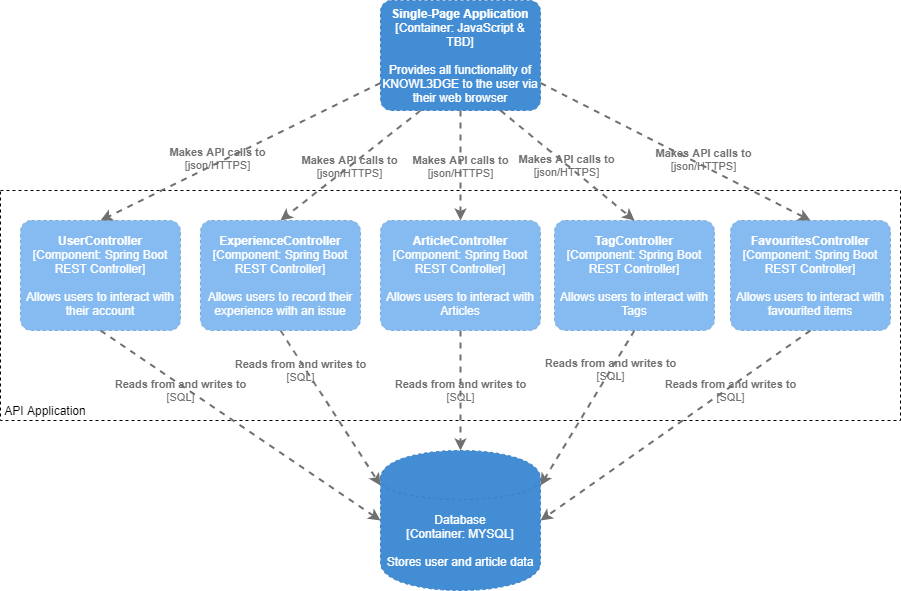
Above: documentation/media/knowl3dge-components.png in MPFGlaser/knowl3dge (draw.io), before the change. Source tidied: cells renumbered, new cells last; positions are measured from the earlier drawing's top-left corner, leaving out a move shared by most shapes. Its diagram source:
```xml
<mxGraphModel>
  <root>
    <mxCell id="0" />
    <mxCell id="1" parent="0" />
    <object id="2" label="&lt;b&gt;%c4Name%&lt;/b&gt;&lt;div&gt;[%c4Type%: %c4Technology%]&lt;/div&gt;&lt;br&gt;&lt;div&gt;%c4Description%&lt;/div&gt;" c4Description="Provides all functionality of KNOWL3DGE to the user via their web browser" c4Name="Single-Page Application" c4Technology="JavaScript &amp; TBD" c4Type="Container" placeholders="1">
      <mxCell style="rounded=1;whiteSpace=wrap;html=1;labelBackgroundColor=none;fillColor=#438DD5;fontColor=#ffffff;align=center;arcSize=10;strokeColor=#3C7FC0;metaData={&quot;c4Type&quot;:{&quot;editable&quot;:false}};points=[[0.25,0,0],[0.5,0,0],[0.75,0,0],[1,0.25,0],[1,0.5,0],[1,0.75,0],[0.75,1,0],[0.5,1,0],[0.25,1,0],[0,0.75,0],[0,0.5,0],[0,0.25,0]];shadow=0;glass=0;dashed=1;sketch=0;" parent="1" vertex="1">
        <mxGeometry x="380" width="160" height="110" as="geometry" />
      </mxCell>
    </object>
    <mxCell id="3" style="rounded=0;whiteSpace=wrap;html=1;fillColor=none;dashed=1;" parent="1" vertex="1">
      <mxGeometry y="190" width="900" height="230" as="geometry" />
    </mxCell>
    <object id="4" label="&lt;b&gt;%c4Name%&lt;/b&gt;&lt;div&gt;[%c4Type%: %c4Technology%]&lt;/div&gt;&lt;br&gt;&lt;div&gt;%c4Description%&lt;/div&gt;" c4Description="Allows users to interact with Articles" c4Name="ArticleController" c4Technology="Spring Boot REST Controller" c4Type="Component" placeholders="1">
      <mxCell style="rounded=1;whiteSpace=wrap;html=1;labelBackgroundColor=none;fillColor=#85BBF0;fontColor=#ffffff;align=center;arcSize=10;strokeColor=#78A8D8;metaData={&quot;c4Type&quot;:{&quot;editable&quot;:false}};points=[[0.25,0,0],[0.5,0,0],[0.75,0,0],[1,0.25,0],[1,0.5,0],[1,0.75,0],[0.75,1,0],[0.5,1,0],[0.25,1,0],[0,0.75,0],[0,0.5,0],[0,0.25,0]];dashed=1;" parent="1" vertex="1">
        <mxGeometry x="380" y="220" width="160" height="110" as="geometry" />
      </mxCell>
    </object>
    <object id="5" label="%c4Type%&lt;div&gt;[Container:&amp;nbsp;%c4Technology%]&lt;/div&gt;&lt;br&gt;&lt;div&gt;%c4Description%&lt;/div&gt;" c4Description="Stores user and article data" c4Technology="MYSQL" c4Type="Database" placeholders="1">
      <mxCell style="shape=cylinder;whiteSpace=wrap;html=1;boundedLbl=1;rounded=0;labelBackgroundColor=none;fillColor=#438DD5;fontSize=12;fontColor=#ffffff;align=center;strokeColor=#3C7FC0;points=[[0.5,0,0],[1,0.25,0],[1,0.5,0],[1,0.75,0],[0.5,1,0],[0,0.75,0],[0,0.5,0],[0,0.25,0]];metaData={&quot;c4Type&quot;:{&quot;editable&quot;:false}};shadow=0;glass=0;dashed=1;sketch=0;" parent="1" vertex="1">
        <mxGeometry x="380" y="450" width="160" height="140" as="geometry" />
      </mxCell>
    </object>
    <object id="6" label="&lt;div style=&quot;text-align: left&quot;&gt;&lt;div style=&quot;text-align: center&quot;&gt;&lt;b&gt;%c4Description%&lt;/b&gt;&lt;/div&gt;&lt;div style=&quot;text-align: center&quot;&gt;[%c4Technology%]&lt;/div&gt;&lt;/div&gt;" c4Description="Reads from and writes to" c4Technology="SQL" c4Type="Relationship" placeholders="1">
      <mxCell style="edgeStyle=none;rounded=0;html=1;entryX=0.5;entryY=0;jettySize=auto;strokeColor=#707070;strokeWidth=2;fontColor=#707070;jumpStyle=none;dashed=1;metaData={&quot;c4Type&quot;:{&quot;editable&quot;:false}};entryDx=0;entryDy=0;entryPerimeter=0;exitX=0.5;exitY=1;exitDx=0;exitDy=0;exitPerimeter=0;labelBackgroundColor=none;" parent="1" edge="1" source="4" target="5">
        <mxGeometry relative="1" as="geometry" />
      </mxCell>
    </object>
    <mxCell id="7" value="API Application" style="text;html=1;strokeColor=none;fillColor=none;align=center;verticalAlign=middle;whiteSpace=wrap;rounded=0;dashed=1;" parent="1" vertex="1">
      <mxGeometry y="400" width="90" height="20" as="geometry" />
    </mxCell>
    <object id="8" label="&lt;div style=&quot;text-align: left&quot;&gt;&lt;div style=&quot;text-align: center&quot;&gt;&lt;b&gt;%c4Description%&lt;/b&gt;&lt;/div&gt;&lt;div style=&quot;text-align: center&quot;&gt;[%c4Technology%]&lt;/div&gt;&lt;/div&gt;" c4Description="Makes API calls to" c4Technology="json/HTTPS" c4Type="Relationship" placeholders="1">
      <mxCell style="edgeStyle=none;rounded=0;html=1;entryX=0.5;entryY=0;jettySize=auto;strokeColor=#707070;strokeWidth=2;fontColor=#707070;jumpStyle=none;dashed=1;metaData={&quot;c4Type&quot;:{&quot;editable&quot;:false}};exitX=0.5;exitY=1;exitDx=0;exitDy=0;exitPerimeter=0;entryDx=0;entryDy=0;entryPerimeter=0;labelBackgroundColor=none;" parent="1" edge="1" source="2" target="4">
        <mxGeometry relative="1" as="geometry" />
      </mxCell>
    </object>
    <object id="9" label="&lt;b&gt;%c4Name%&lt;/b&gt;&lt;div&gt;[%c4Type%: %c4Technology%]&lt;/div&gt;&lt;br&gt;&lt;div&gt;%c4Description%&lt;/div&gt;" c4Description="Allows users to interact with Tags" c4Name="TagController" c4Technology="Spring Boot REST Controller" c4Type="Component" placeholders="1">
      <mxCell style="rounded=1;whiteSpace=wrap;html=1;labelBackgroundColor=none;fillColor=#85BBF0;fontColor=#ffffff;align=center;arcSize=10;strokeColor=#78A8D8;metaData={&quot;c4Type&quot;:{&quot;editable&quot;:false}};points=[[0.25,0,0],[0.5,0,0],[0.75,0,0],[1,0.25,0],[1,0.5,0],[1,0.75,0],[0.75,1,0],[0.5,1,0],[0.25,1,0],[0,0.75,0],[0,0.5,0],[0,0.25,0]];dashed=1;" parent="1" vertex="1">
        <mxGeometry x="554" y="220" width="160" height="110" as="geometry" />
      </mxCell>
    </object>
    <object id="10" label="&lt;b&gt;%c4Name%&lt;/b&gt;&lt;div&gt;[%c4Type%: %c4Technology%]&lt;/div&gt;&lt;br&gt;&lt;div&gt;%c4Description%&lt;/div&gt;" c4Description="Allows users to interact with their account" c4Name="UserController" c4Technology="Spring Boot REST Controller" c4Type="Component" placeholders="1">
      <mxCell style="rounded=1;whiteSpace=wrap;html=1;labelBackgroundColor=none;fillColor=#85BBF0;fontColor=#ffffff;align=center;arcSize=10;strokeColor=#78A8D8;metaData={&quot;c4Type&quot;:{&quot;editable&quot;:false}};points=[[0.25,0,0],[0.5,0,0],[0.75,0,0],[1,0.25,0],[1,0.5,0],[1,0.75,0],[0.75,1,0],[0.5,1,0],[0.25,1,0],[0,0.75,0],[0,0.5,0],[0,0.25,0]];dashed=1;" parent="1" vertex="1">
        <mxGeometry x="20" y="220" width="160" height="110" as="geometry" />
      </mxCell>
    </object>
    <object id="11" label="&lt;b&gt;%c4Name%&lt;/b&gt;&lt;div&gt;[%c4Type%: %c4Technology%]&lt;/div&gt;&lt;br&gt;&lt;div&gt;%c4Description%&lt;/div&gt;" c4Description="Allows users to interact with favourited items" c4Name="FavouritesController" c4Technology="Spring Boot REST Controller" c4Type="Component" placeholders="1">
      <mxCell style="rounded=1;whiteSpace=wrap;html=1;labelBackgroundColor=none;fillColor=#85BBF0;fontColor=#ffffff;align=center;arcSize=10;strokeColor=#78A8D8;metaData={&quot;c4Type&quot;:{&quot;editable&quot;:false}};points=[[0.25,0,0],[0.5,0,0],[0.75,0,0],[1,0.25,0],[1,0.5,0],[1,0.75,0],[0.75,1,0],[0.5,1,0],[0.25,1,0],[0,0.75,0],[0,0.5,0],[0,0.25,0]];dashed=1;" parent="1" vertex="1">
        <mxGeometry x="730" y="220" width="160" height="110" as="geometry" />
      </mxCell>
    </object>
    <object id="12" label="&lt;b&gt;%c4Name%&lt;/b&gt;&lt;div&gt;[%c4Type%: %c4Technology%]&lt;/div&gt;&lt;br&gt;&lt;div&gt;%c4Description%&lt;/div&gt;" c4Description="Allows users to record their experience with an issue" c4Name="ExperienceController" c4Technology="Spring Boot REST Controller" c4Type="Component" placeholders="1">
      <mxCell style="rounded=1;whiteSpace=wrap;html=1;labelBackgroundColor=none;fillColor=#85BBF0;fontColor=#ffffff;align=center;arcSize=10;strokeColor=#78A8D8;metaData={&quot;c4Type&quot;:{&quot;editable&quot;:false}};points=[[0.25,0,0],[0.5,0,0],[0.75,0,0],[1,0.25,0],[1,0.5,0],[1,0.75,0],[0.75,1,0],[0.5,1,0],[0.25,1,0],[0,0.75,0],[0,0.5,0],[0,0.25,0]];dashed=1;" parent="1" vertex="1">
        <mxGeometry x="200" y="220" width="160" height="110" as="geometry" />
      </mxCell>
    </object>
    <object id="13" label="&lt;div style=&quot;text-align: left&quot;&gt;&lt;div style=&quot;text-align: center&quot;&gt;&lt;b&gt;%c4Description%&lt;/b&gt;&lt;/div&gt;&lt;div style=&quot;text-align: center&quot;&gt;[%c4Technology%]&lt;/div&gt;&lt;/div&gt;" c4Description="Makes API calls to" c4Technology="json/HTTPS" c4Type="Relationship" placeholders="1">
      <mxCell style="edgeStyle=none;rounded=0;html=1;entryX=0.5;entryY=0;jettySize=auto;strokeColor=#707070;strokeWidth=2;fontColor=#707070;jumpStyle=none;dashed=1;metaData={&quot;c4Type&quot;:{&quot;editable&quot;:false}};exitX=0.25;exitY=1;exitDx=0;exitDy=0;exitPerimeter=0;entryDx=0;entryDy=0;entryPerimeter=0;labelBackgroundColor=none;" parent="1" edge="1" source="2" target="12">
        <mxGeometry relative="1" as="geometry" />
      </mxCell>
    </object>
    <object id="14" label="&lt;div style=&quot;text-align: left&quot;&gt;&lt;div style=&quot;text-align: center&quot;&gt;&lt;b&gt;%c4Description%&lt;/b&gt;&lt;/div&gt;&lt;div style=&quot;text-align: center&quot;&gt;[%c4Technology%]&lt;/div&gt;&lt;/div&gt;" c4Description="Makes API calls to" c4Technology="json/HTTPS" c4Type="Relationship" placeholders="1">
      <mxCell style="edgeStyle=none;rounded=0;html=1;entryX=0.5;entryY=0;jettySize=auto;strokeColor=#707070;strokeWidth=2;fontColor=#707070;jumpStyle=none;dashed=1;metaData={&quot;c4Type&quot;:{&quot;editable&quot;:false}};exitX=0;exitY=0.75;exitDx=0;exitDy=0;exitPerimeter=0;entryDx=0;entryDy=0;entryPerimeter=0;labelBackgroundColor=none;" parent="1" edge="1" source="2" target="10">
        <mxGeometry x="0.16" y="-4" relative="1" as="geometry" />
      </mxCell>
    </object>
    <object id="15" label="&lt;div style=&quot;text-align: left&quot;&gt;&lt;div style=&quot;text-align: center&quot;&gt;&lt;b&gt;%c4Description%&lt;/b&gt;&lt;/div&gt;&lt;div style=&quot;text-align: center&quot;&gt;[%c4Technology%]&lt;/div&gt;&lt;/div&gt;" c4Description="Makes API calls to" c4Technology="json/HTTPS" c4Type="Relationship" placeholders="1">
      <mxCell style="edgeStyle=none;rounded=0;html=1;entryX=0.5;entryY=0;jettySize=auto;strokeColor=#707070;strokeWidth=2;fontColor=#707070;jumpStyle=none;dashed=1;metaData={&quot;c4Type&quot;:{&quot;editable&quot;:false}};exitX=0.75;exitY=1;exitDx=0;exitDy=0;exitPerimeter=0;entryDx=0;entryDy=0;entryPerimeter=0;labelBackgroundColor=none;" parent="1" edge="1" source="2" target="9">
        <mxGeometry relative="1" as="geometry" />
      </mxCell>
    </object>
    <object id="16" label="&lt;div style=&quot;text-align: left&quot;&gt;&lt;div style=&quot;text-align: center&quot;&gt;&lt;b&gt;%c4Description%&lt;/b&gt;&lt;/div&gt;&lt;div style=&quot;text-align: center&quot;&gt;[%c4Technology%]&lt;/div&gt;&lt;/div&gt;" c4Description="Makes API calls to" c4Technology="json/HTTPS" c4Type="Relationship" placeholders="1">
      <mxCell style="edgeStyle=none;rounded=0;html=1;entryX=0.5;entryY=0;jettySize=auto;strokeColor=#707070;strokeWidth=2;fontColor=#707070;jumpStyle=none;dashed=1;metaData={&quot;c4Type&quot;:{&quot;editable&quot;:false}};exitX=1;exitY=0.75;exitDx=0;exitDy=0;exitPerimeter=0;entryDx=0;entryDy=0;entryPerimeter=0;labelBackgroundColor=none;" parent="1" edge="1" source="2" target="11">
        <mxGeometry x="0.19" y="6" relative="1" as="geometry" />
      </mxCell>
    </object>
    <object id="17" label="&lt;div style=&quot;text-align: left&quot;&gt;&lt;div style=&quot;text-align: center&quot;&gt;&lt;b&gt;%c4Description%&lt;/b&gt;&lt;/div&gt;&lt;div style=&quot;text-align: center&quot;&gt;[%c4Technology%]&lt;/div&gt;&lt;/div&gt;" c4Description="Reads from and writes to" c4Technology="SQL" c4Type="Relationship" placeholders="1">
      <mxCell style="edgeStyle=none;rounded=0;html=1;entryX=1;entryY=0.25;jettySize=auto;strokeColor=#707070;strokeWidth=2;fontColor=#707070;jumpStyle=none;dashed=1;metaData={&quot;c4Type&quot;:{&quot;editable&quot;:false}};entryDx=0;entryDy=0;entryPerimeter=0;exitX=0.5;exitY=1;exitDx=0;exitDy=0;exitPerimeter=0;labelBackgroundColor=none;" parent="1" edge="1" source="9" target="5">
        <mxGeometry x="-0.49" relative="1" as="geometry" />
      </mxCell>
    </object>
    <object id="18" label="&lt;div style=&quot;text-align: left&quot;&gt;&lt;div style=&quot;text-align: center&quot;&gt;&lt;b&gt;%c4Description%&lt;/b&gt;&lt;/div&gt;&lt;div style=&quot;text-align: center&quot;&gt;[%c4Technology%]&lt;/div&gt;&lt;/div&gt;" c4Description="Reads from and writes to" c4Technology="SQL" c4Type="Relationship" placeholders="1">
      <mxCell style="edgeStyle=none;rounded=0;html=1;entryX=1;entryY=0.5;jettySize=auto;strokeColor=#707070;strokeWidth=2;fontColor=#707070;jumpStyle=none;dashed=1;metaData={&quot;c4Type&quot;:{&quot;editable&quot;:false}};entryDx=0;entryDy=0;entryPerimeter=0;exitX=0.5;exitY=1;exitDx=0;exitDy=0;exitPerimeter=0;labelBackgroundColor=none;" parent="1" edge="1" source="11" target="5">
        <mxGeometry x="-0.39" y="3" relative="1" as="geometry" />
      </mxCell>
    </object>
    <object id="19" label="&lt;div style=&quot;text-align: left&quot;&gt;&lt;div style=&quot;text-align: center&quot;&gt;&lt;b&gt;%c4Description%&lt;/b&gt;&lt;/div&gt;&lt;div style=&quot;text-align: center&quot;&gt;[%c4Technology%]&lt;/div&gt;&lt;/div&gt;" c4Description="Reads from and writes to" c4Technology="SQL" c4Type="Relationship" placeholders="1">
      <mxCell style="edgeStyle=none;rounded=0;html=1;entryX=0;entryY=0.25;jettySize=auto;strokeColor=#707070;strokeWidth=2;fontColor=#707070;jumpStyle=none;dashed=1;metaData={&quot;c4Type&quot;:{&quot;editable&quot;:false}};entryDx=0;entryDy=0;entryPerimeter=0;exitX=0.5;exitY=1;exitDx=0;exitDy=0;exitPerimeter=0;labelBackgroundColor=none;" parent="1" edge="1" source="12" target="5">
        <mxGeometry x="-0.52" y="-5" relative="1" as="geometry" />
      </mxCell>
    </object>
    <object id="20" label="&lt;div style=&quot;text-align: left&quot;&gt;&lt;div style=&quot;text-align: center&quot;&gt;&lt;b&gt;%c4Description%&lt;/b&gt;&lt;/div&gt;&lt;div style=&quot;text-align: center&quot;&gt;[%c4Technology%]&lt;/div&gt;&lt;/div&gt;" c4Description="Reads from and writes to" c4Technology="SQL" c4Type="Relationship" placeholders="1">
      <mxCell style="edgeStyle=none;rounded=0;html=1;entryX=0;entryY=0.5;jettySize=auto;strokeColor=#707070;strokeWidth=2;fontColor=#707070;jumpStyle=none;dashed=1;metaData={&quot;c4Type&quot;:{&quot;editable&quot;:false}};entryDx=0;entryDy=0;entryPerimeter=0;exitX=0.5;exitY=1;exitDx=0;exitDy=0;exitPerimeter=0;labelBackgroundColor=none;" parent="1" edge="1" source="10" target="5">
        <mxGeometry x="-0.41" y="-5" relative="1" as="geometry" />
      </mxCell>
    </object>
  </root>
</mxGraphModel>
```
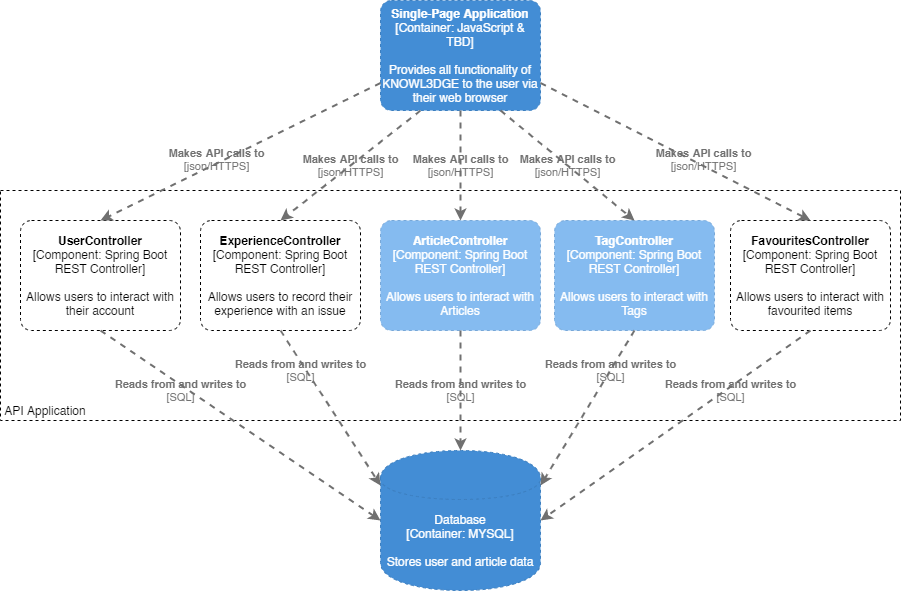
Above is the later version.

The edit, as a diff of the source:
```diff
@@ -39,17 +39,17 @@
       </mxCell>
     </object>
     <object id="10" label="&lt;b&gt;%c4Name%&lt;/b&gt;&lt;div&gt;[%c4Type%: %c4Technology%]&lt;/div&gt;&lt;br&gt;&lt;div&gt;%c4Description%&lt;/div&gt;" c4Description="Allows users to interact with their account" c4Name="UserController" c4Technology="Spring Boot REST Controller" c4Type="Component" placeholders="1">
-      <mxCell style="rounded=1;whiteSpace=wrap;html=1;labelBackgroundColor=none;fillColor=#85BBF0;fontColor=#ffffff;align=center;arcSize=10;strokeColor=#78A8D8;metaData={&quot;c4Type&quot;:{&quot;editable&quot;:false}};points=[[0.25,0,0],[0.5,0,0],[0.75,0,0],[1,0.25,0],[1,0.5,0],[1,0.75,0],[0.75,1,0],[0.5,1,0],[0.25,1,0],[0,0.75,0],[0,0.5,0],[0,0.25,0]];dashed=1;" parent="1" vertex="1">
+      <mxCell style="rounded=1;whiteSpace=wrap;html=1;labelBackgroundColor=none;align=center;arcSize=10;metaData={&quot;c4Type&quot;:{&quot;editable&quot;:false}};points=[[0.25,0,0],[0.5,0,0],[0.75,0,0],[1,0.25,0],[1,0.5,0],[1,0.75,0],[0.75,1,0],[0.5,1,0],[0.25,1,0],[0,0.75,0],[0,0.5,0],[0,0.25,0]];dashed=1;" parent="1" vertex="1">
         <mxGeometry x="20" y="220" width="160" height="110" as="geometry" />
       </mxCell>
     </object>
     <object id="11" label="&lt;b&gt;%c4Name%&lt;/b&gt;&lt;div&gt;[%c4Type%: %c4Technology%]&lt;/div&gt;&lt;br&gt;&lt;div&gt;%c4Description%&lt;/div&gt;" c4Description="Allows users to interact with favourited items" c4Name="FavouritesController" c4Technology="Spring Boot REST Controller" c4Type="Component" placeholders="1">
-      <mxCell style="rounded=1;whiteSpace=wrap;html=1;labelBackgroundColor=none;fillColor=#85BBF0;fontColor=#ffffff;align=center;arcSize=10;strokeColor=#78A8D8;metaData={&quot;c4Type&quot;:{&quot;editable&quot;:false}};points=[[0.25,0,0],[0.5,0,0],[0.75,0,0],[1,0.25,0],[1,0.5,0],[1,0.75,0],[0.75,1,0],[0.5,1,0],[0.25,1,0],[0,0.75,0],[0,0.5,0],[0,0.25,0]];dashed=1;" parent="1" vertex="1">
+      <mxCell style="rounded=1;whiteSpace=wrap;html=1;labelBackgroundColor=none;align=center;arcSize=10;metaData={&quot;c4Type&quot;:{&quot;editable&quot;:false}};points=[[0.25,0,0],[0.5,0,0],[0.75,0,0],[1,0.25,0],[1,0.5,0],[1,0.75,0],[0.75,1,0],[0.5,1,0],[0.25,1,0],[0,0.75,0],[0,0.5,0],[0,0.25,0]];dashed=1;" parent="1" vertex="1">
         <mxGeometry x="730" y="220" width="160" height="110" as="geometry" />
       </mxCell>
     </object>
     <object id="12" label="&lt;b&gt;%c4Name%&lt;/b&gt;&lt;div&gt;[%c4Type%: %c4Technology%]&lt;/div&gt;&lt;br&gt;&lt;div&gt;%c4Description%&lt;/div&gt;" c4Description="Allows users to record their experience with an issue" c4Name="ExperienceController" c4Technology="Spring Boot REST Controller" c4Type="Component" placeholders="1">
-      <mxCell style="rounded=1;whiteSpace=wrap;html=1;labelBackgroundColor=none;fillColor=#85BBF0;fontColor=#ffffff;align=center;arcSize=10;strokeColor=#78A8D8;metaData={&quot;c4Type&quot;:{&quot;editable&quot;:false}};points=[[0.25,0,0],[0.5,0,0],[0.75,0,0],[1,0.25,0],[1,0.5,0],[1,0.75,0],[0.75,1,0],[0.5,1,0],[0.25,1,0],[0,0.75,0],[0,0.5,0],[0,0.25,0]];dashed=1;" parent="1" vertex="1">
+      <mxCell style="rounded=1;whiteSpace=wrap;html=1;labelBackgroundColor=none;align=center;arcSize=10;metaData={&quot;c4Type&quot;:{&quot;editable&quot;:false}};points=[[0.25,0,0],[0.5,0,0],[0.75,0,0],[1,0.25,0],[1,0.5,0],[1,0.75,0],[0.75,1,0],[0.5,1,0],[0.25,1,0],[0,0.75,0],[0,0.5,0],[0,0.25,0]];dashed=1;" parent="1" vertex="1">
         <mxGeometry x="200" y="220" width="160" height="110" as="geometry" />
       </mxCell>
     </object>
```
